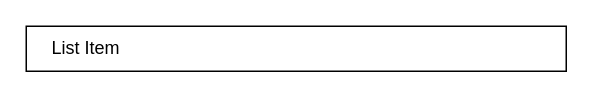
The draw.io diagram bai2sql.drawio in frozenproof/dactaphanmem, before the edit. Source tidied: cells renumbered, new cells numbered last; positions are measured from the earlier drawing's top-left corner, leaving out a move shared by most shapes. Both pictures are drawn from the tidied source at 150%, with x=0, y=0 at pixel (26, 26).
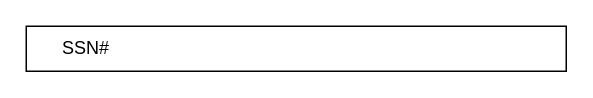
After the change.

Diff of the diagram source:
```diff
@@
 <mxGraphModel>
   <root>
     <mxCell id="0" />
     <mxCell id="1" parent="0" />
     <mxCell id="2" style="rounded=0;whiteSpace=wrap;html=1;" parent="1" vertex="1">
       <mxGeometry width="360" height="30" as="geometry" />
     </mxCell>
-    <mxCell id="3" value="List Item" style="text;strokeColor=none;fillColor=none;align=center;verticalAlign=middle;spacingLeft=4;spacingRight=4;overflow=hidden;whiteSpace=wrap;html=1;" parent="1" vertex="1">
+    <mxCell id="3" value="SSN#" style="text;strokeColor=none;fillColor=none;align=center;verticalAlign=middle;spacingLeft=4;spacingRight=4;overflow=hidden;whiteSpace=wrap;html=1;" parent="1" vertex="1">
       <mxGeometry width="80" height="30" as="geometry" />
     </mxCell>
   </root>
 </mxGraphModel>
```
